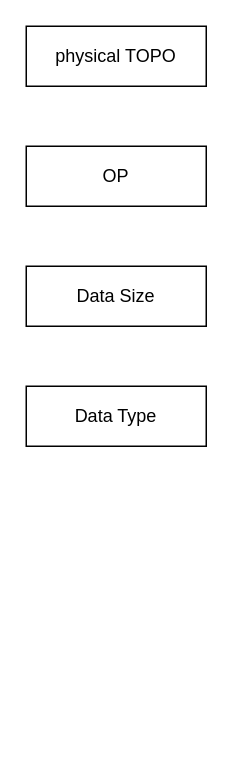
Earlier version of the draw.io diagram Tccl_dispatch_input_inf.drawio (BEYHHH/SBLP). Source tidied: cells renumbered, new cells numbered last; positions are measured from the earlier drawing's top-left corner, leaving out a move shared by most shapes. Both pictures are drawn from the tidied source at 150%, with x=0, y=0 at pixel (26, 26).
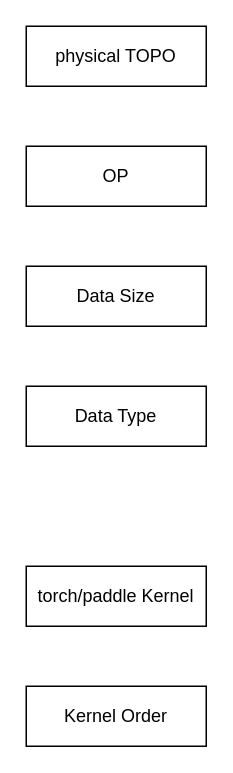
The same diagram, later.

Change to the diagram source:
```diff
@@
 <mxGraphModel>
   <root>
     <mxCell id="0" />
     <mxCell id="1" parent="0" />
     <mxCell id="2" value="physical TOPO" style="rounded=0;whiteSpace=wrap;html=1;" parent="1" vertex="1">
       <mxGeometry width="120" height="40" as="geometry" />
     </mxCell>
     <mxCell id="3" value="OP" style="rounded=0;whiteSpace=wrap;html=1;" parent="1" vertex="1">
       <mxGeometry y="80" width="120" height="40" as="geometry" />
     </mxCell>
     <mxCell id="4" value="Data Size" style="rounded=0;whiteSpace=wrap;html=1;" parent="1" vertex="1">
       <mxGeometry y="160" width="120" height="40" as="geometry" />
     </mxCell>
     <mxCell id="5" value="Data Type" style="rounded=0;whiteSpace=wrap;html=1;" parent="1" vertex="1">
       <mxGeometry y="240" width="120" height="40" as="geometry" />
     </mxCell>
+    <mxCell id="6" value="torch/paddle Kernel" style="rounded=0;whiteSpace=wrap;html=1;" parent="1" vertex="1">
+      <mxGeometry y="360" width="120" height="40" as="geometry" />
+    </mxCell>
+    <mxCell id="7" value="Kernel Order" style="rounded=0;whiteSpace=wrap;html=1;" parent="1" vertex="1">
+      <mxGeometry y="440" width="120" height="40" as="geometry" />
+    </mxCell>
   </root>
 </mxGraphModel>
```
